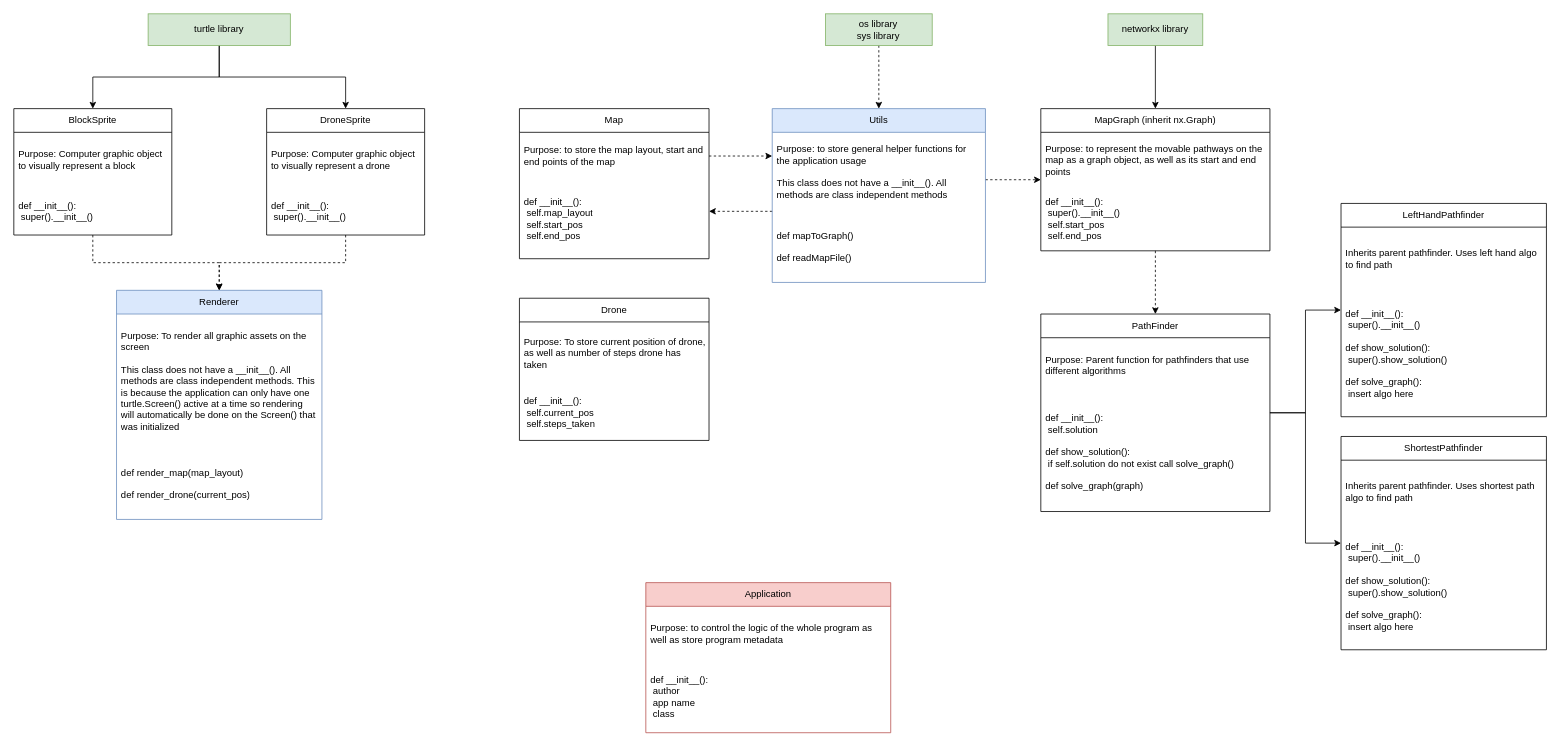
Earlier version of the draw.io diagram page "Class Design" (1 of 3) of diagrams/program_diagrams.drawio (junnjiee16/ST1507-DSAA-Maze-Solver). Source tidied: cells renumbered, new cells numbered last; positions are measured from the earlier drawing's top-left corner, leaving out a move shared by most shapes. Both pictures are drawn from the tidied source at 79%, with x=0, y=0 at pixel (13, 13).
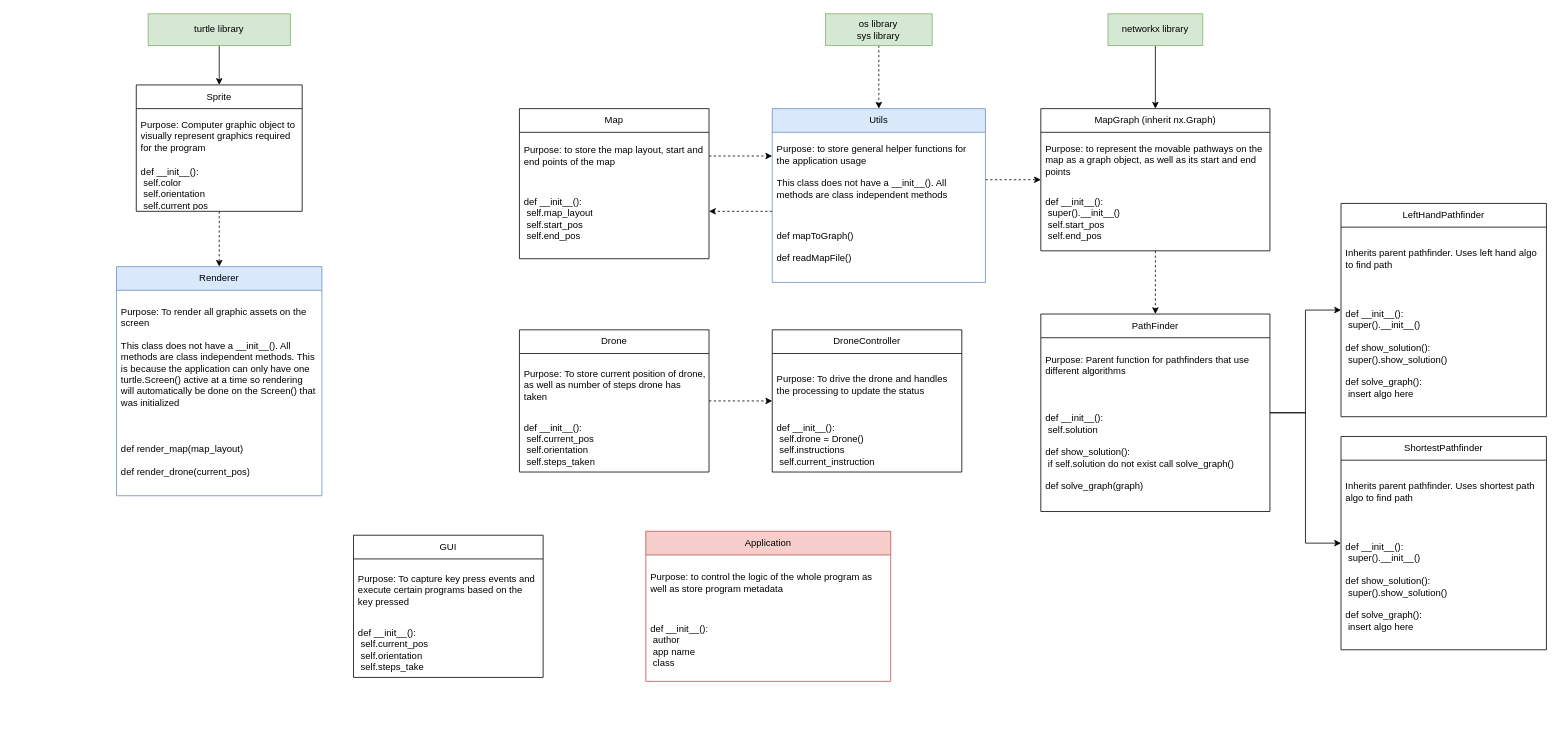
Above is the later version.

Unchanged cells that the change refers to:
```xml
<mxCell id="4" value="turtle library" style="rounded=0;whiteSpace=wrap;html=1;fillColor=#d5e8d4;strokeColor=#82b366;" parent="1" vertex="1">
  <mxGeometry x="170" width="180" height="40" as="geometry" />
</mxCell>
```

Change to the diagram source:
```diff
@@
-    <mxCell id="2" style="edgeStyle=orthogonalEdgeStyle;rounded=0;jettySize=auto;html=1;" parent="1" edge="1" source="4" target="31">
-      <mxGeometry relative="1" as="geometry" />
-    </mxCell>
@@
     <mxCell id="14" value="Application" style="swimlane;fontStyle=0;horizontal=1;startSize=30;whiteSpace=wrap;html=1;fillColor=#f8cecc;strokeColor=#b85450;" parent="1" vertex="1">
-      <mxGeometry x="800" y="720" width="310" height="190" as="geometry" />
+      <mxGeometry x="800" y="655" width="310" height="190" as="geometry" />
     </mxCell>
@@
-    <mxCell id="30" style="edgeStyle=orthogonalEdgeStyle;rounded=0;jettySize=auto;html=1;dashed=1;" parent="1" edge="1" source="31" target="40">
-      <mxGeometry relative="1" as="geometry" />
-    </mxCell>
-    <mxCell id="31" value="BlockSprite" style="swimlane;fontStyle=0;horizontal=1;startSize=30;whiteSpace=wrap;html=1;" parent="1" vertex="1">
-      <mxGeometry y="120" width="200" height="160" as="geometry" />
-    </mxCell>
-    <mxCell id="32" value="Purpose: Computer graphic object to visually represent a block" style="text;strokeColor=none;fillColor=none;align=left;verticalAlign=middle;spacingLeft=4;spacingRight=4;overflow=hidden;whiteSpace=wrap;html=1;" parent="31" vertex="1">
-      <mxGeometry y="30" width="200" height="70" as="geometry" />
-    </mxCell>
-    <mxCell id="33" value="def __init__():&lt;br&gt;&lt;span style=&quot;white-space: pre;&quot;&gt; &lt;/span&gt;super().__init__()" style="text;strokeColor=none;fillColor=none;align=left;verticalAlign=middle;spacingLeft=4;spacingRight=4;overflow=hidden;whiteSpace=wrap;html=1;" parent="31" vertex="1">
-      <mxGeometry y="100" width="200" height="60" as="geometry" />
-    </mxCell>
@@
     <mxCell id="40" value="Renderer" style="swimlane;fontStyle=0;horizontal=1;startSize=30;whiteSpace=wrap;html=1;fillColor=#dae8fc;strokeColor=#6c8ebf;" parent="1" vertex="1">
-      <mxGeometry x="130" y="350" width="260" height="290" as="geometry" />
+      <mxGeometry x="130" y="320" width="260" height="290" as="geometry" />
     </mxCell>
@@
+    <mxCell id="50" style="edgeStyle=orthogonalEdgeStyle;rounded=0;jettySize=auto;html=1;dashed=1;" parent="1" edge="1" source="43" target="51">
+      <mxGeometry relative="1" as="geometry" />
+    </mxCell>
     <mxCell id="43" value="Drone" style="swimlane;fontStyle=0;horizontal=1;startSize=30;whiteSpace=wrap;html=1;" parent="1" vertex="1">
-      <mxGeometry x="640" y="360" width="240" height="180" as="geometry" />
+      <mxGeometry x="640" y="400" width="240" height="180" as="geometry" />
     </mxCell>
@@
-    <mxCell id="45" value="def __init__():&lt;br&gt;&lt;span style=&quot;white-space: pre;&quot;&gt; &lt;/span&gt;self.current_pos&lt;br&gt;&lt;span style=&quot;white-space: pre;&quot;&gt; &lt;/span&gt;self.steps_taken" style="text;strokeColor=none;fillColor=none;align=left;verticalAlign=middle;spacingLeft=4;spacingRight=4;overflow=hidden;whiteSpace=wrap;html=1;" parent="43" vertex="1">
+    <mxCell id="45" value="def __init__():&lt;br&gt;&lt;span style=&quot;white-space: pre;&quot;&gt; &lt;/span&gt;self.current_pos&lt;br&gt;&lt;span style=&quot;white-space: pre;&quot;&gt; &lt;/span&gt;self.orientation&lt;br&gt;&lt;span style=&quot;white-space: pre;&quot;&gt; &lt;/span&gt;self.steps_taken" style="text;strokeColor=none;fillColor=none;align=left;verticalAlign=middle;spacingLeft=4;spacingRight=4;overflow=hidden;whiteSpace=wrap;html=1;" parent="43" vertex="1">
       <mxGeometry y="110" width="240" height="70" as="geometry" />
     </mxCell>
@@
-    <mxCell id="47" value="DroneSprite" style="swimlane;fontStyle=0;horizontal=1;startSize=30;whiteSpace=wrap;html=1;" parent="1" vertex="1">
-      <mxGeometry x="320" y="120" width="200" height="160" as="geometry" />
+    <mxCell id="47" value="Sprite" style="swimlane;fontStyle=0;horizontal=1;startSize=30;whiteSpace=wrap;html=1;" parent="1" vertex="1">
+      <mxGeometry x="155" y="90" width="210" height="160" as="geometry" />
     </mxCell>
-    <mxCell id="48" value="Purpose: Computer graphic object to visually represent a drone" style="text;strokeColor=none;fillColor=none;align=left;verticalAlign=middle;spacingLeft=4;spacingRight=4;overflow=hidden;whiteSpace=wrap;html=1;" parent="47" vertex="1">
-      <mxGeometry y="30" width="200" height="70" as="geometry" />
+    <mxCell id="48" value="Purpose: Computer graphic object to visually represent graphics required for the program" style="text;strokeColor=none;fillColor=none;align=left;verticalAlign=middle;spacingLeft=4;spacingRight=4;overflow=hidden;whiteSpace=wrap;html=1;" parent="47" vertex="1">
+      <mxGeometry y="30" width="210" height="70" as="geometry" />
     </mxCell>
-    <mxCell id="49" value="def __init__():&lt;br&gt;&lt;span style=&quot;white-space: pre;&quot;&gt; &lt;/span&gt;super().__init__()" style="text;strokeColor=none;fillColor=none;align=left;verticalAlign=middle;spacingLeft=4;spacingRight=4;overflow=hidden;whiteSpace=wrap;html=1;" parent="47" vertex="1">
-      <mxGeometry y="100" width="200" height="60" as="geometry" />
+    <mxCell id="49" value="def __init__():&lt;br&gt;&lt;span style=&quot;white-space: pre;&quot;&gt; &lt;/span&gt;self.color&lt;br&gt;&lt;span style=&quot;white-space: pre;&quot;&gt; &lt;/span&gt;self.orientation&lt;br&gt;&lt;span style=&quot;white-space: pre;&quot;&gt; &lt;/span&gt;self.current pos" style="text;strokeColor=none;fillColor=none;align=left;verticalAlign=middle;spacingLeft=4;spacingRight=4;overflow=hidden;whiteSpace=wrap;html=1;" parent="47" vertex="1">
+      <mxGeometry y="100" width="210" height="60" as="geometry" />
     </mxCell>
+    <mxCell id="51" value="DroneController" style="swimlane;fontStyle=0;horizontal=1;startSize=30;whiteSpace=wrap;html=1;" parent="1" vertex="1">
+      <mxGeometry x="960" y="400" width="240" height="180" as="geometry" />
+    </mxCell>
+    <mxCell id="52" value="Purpose: To drive the drone and handles the processing to update the status" style="text;strokeColor=none;fillColor=none;align=left;verticalAlign=middle;spacingLeft=4;spacingRight=4;overflow=hidden;whiteSpace=wrap;html=1;" parent="51" vertex="1">
+      <mxGeometry y="30" width="240" height="80" as="geometry" />
+    </mxCell>
+    <mxCell id="53" value="def __init__():&lt;br&gt;&lt;span style=&quot;white-space: pre;&quot;&gt; &lt;/span&gt;self.drone = Drone()&lt;br&gt;&lt;span style=&quot;white-space: pre;&quot;&gt; &lt;/span&gt;self.instructions&lt;br&gt;&lt;span style=&quot;white-space: pre;&quot;&gt; &lt;/span&gt;self.current_instruction" style="text;strokeColor=none;fillColor=none;align=left;verticalAlign=middle;spacingLeft=4;spacingRight=4;overflow=hidden;whiteSpace=wrap;html=1;" parent="51" vertex="1">
+      <mxGeometry y="110" width="240" height="70" as="geometry" />
+    </mxCell>
+    <mxCell id="54" value="GUI" style="swimlane;fontStyle=0;horizontal=1;startSize=30;whiteSpace=wrap;html=1;" parent="1" vertex="1">
+      <mxGeometry x="430" y="660" width="240" height="180" as="geometry" />
+    </mxCell>
+    <mxCell id="55" value="Purpose: To capture key press events and execute certain programs based on the key pressed" style="text;strokeColor=none;fillColor=none;align=left;verticalAlign=middle;spacingLeft=4;spacingRight=4;overflow=hidden;whiteSpace=wrap;html=1;" parent="54" vertex="1">
+      <mxGeometry y="30" width="240" height="80" as="geometry" />
+    </mxCell>
+    <mxCell id="56" value="def __init__():&lt;br&gt;&lt;span style=&quot;white-space: pre;&quot;&gt; &lt;/span&gt;self.current_pos&lt;br&gt;&lt;span style=&quot;white-space: pre;&quot;&gt; &lt;/span&gt;self.orientation&lt;br&gt;&lt;span style=&quot;white-space: pre;&quot;&gt; &lt;/span&gt;self.steps_take" style="text;strokeColor=none;fillColor=none;align=left;verticalAlign=middle;spacingLeft=4;spacingRight=4;overflow=hidden;whiteSpace=wrap;html=1;" parent="54" vertex="1">
+      <mxGeometry y="110" width="240" height="70" as="geometry" />
+    </mxCell>
```
